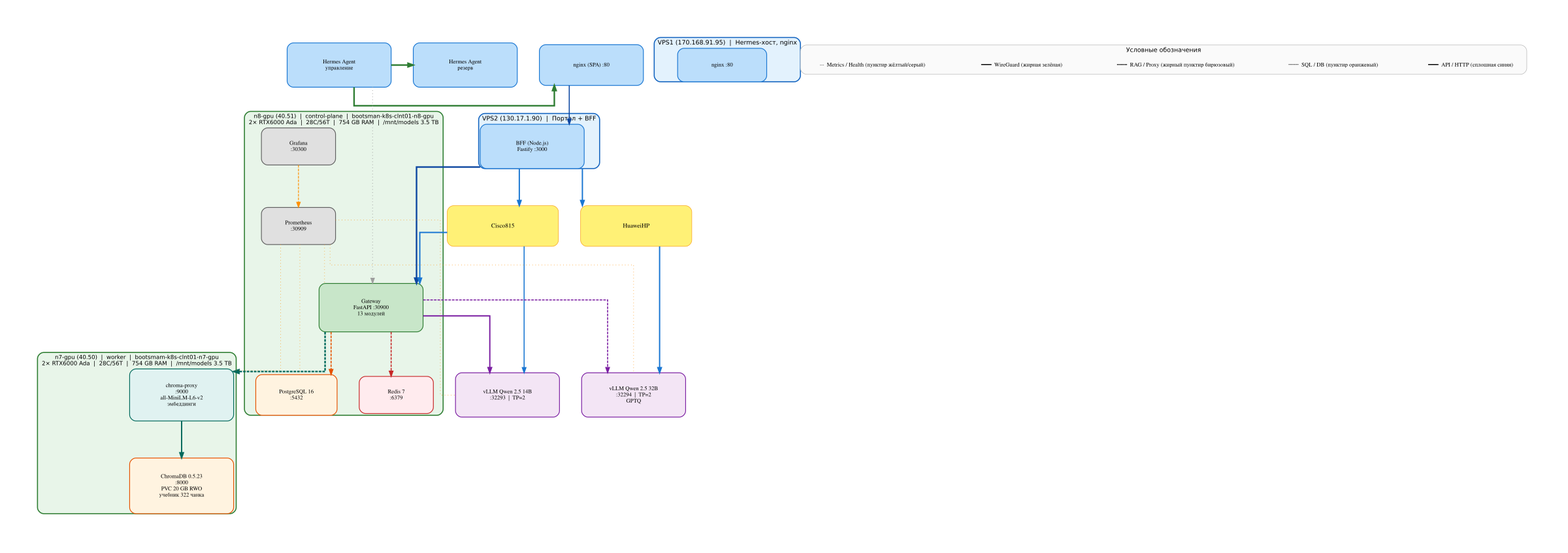
Before: docs/diagrams/physical-architecture-v2.png, a diagram exported from Graphviz (dedvmedved-dot/aither-project). Its source is kept beside it as docs/diagrams/physical-architecture-v2.dot.
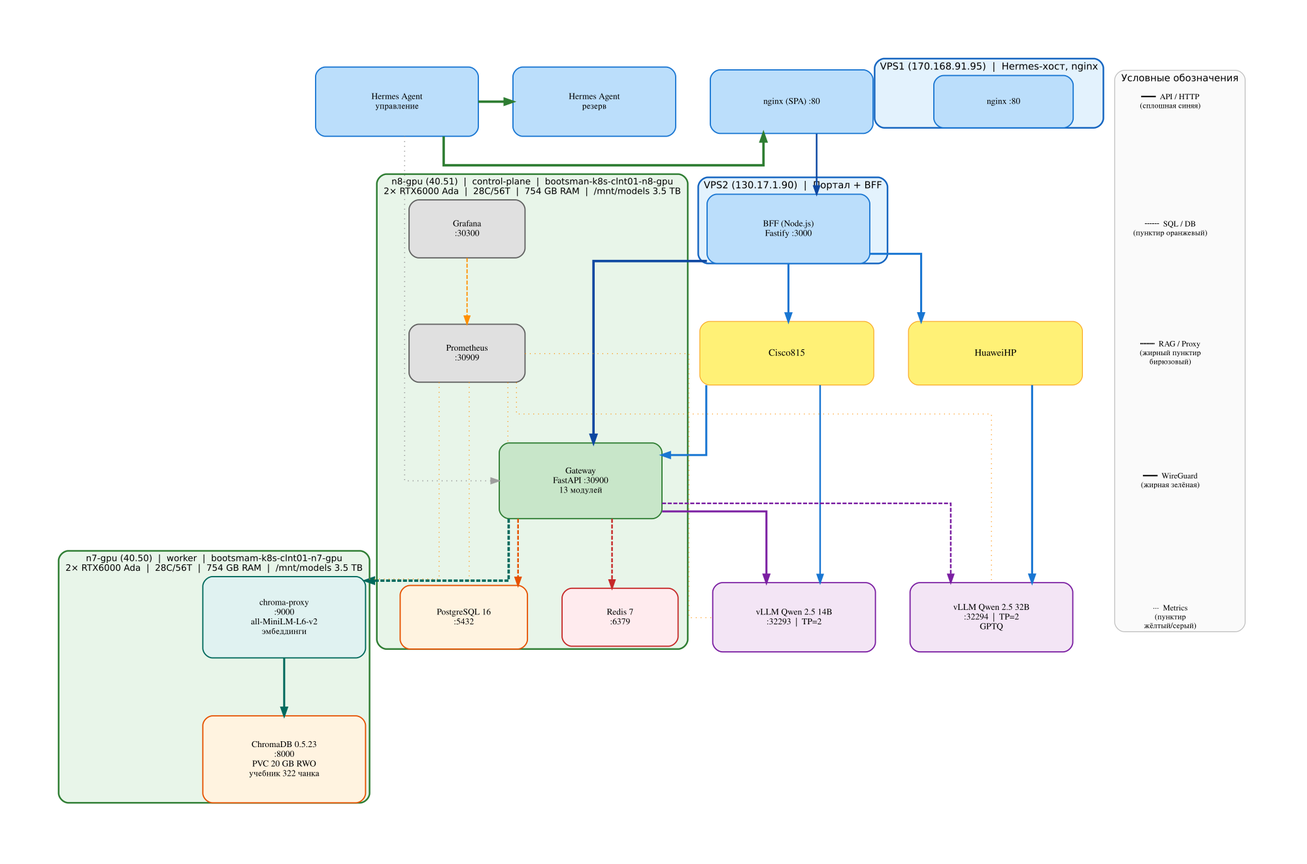
After the change.

Commit message:
fix: легенда — горизонтальная компоновка под основной схемой

Change to the diagram source:
```diff
@@ -155,13 +155,17 @@
         color="#bdbdbd"
         fontcolor="#000000"
         fontsize=12
+        rankdir=LR
+        rank=same
 
-        node [shape=plaintext, fillcolor="#fafafa", color="#fafafa", fontsize=11, fontcolor="#000000"]
+        node [shape=plaintext, fillcolor="#fafafa", color="#fafafa", fontsize=10, fontcolor="#000000", margin="0.05,0.02"]
 
-        le1 [label="━━━  API / HTTP (сплошная синяя)"]
-        le2 [label="╌╌╌  SQL / DB (пунктир оранжевый)"]
-        le3 [label="┅┅┅  RAG / Proxy (жирный пунктир бирюзовый)"]
-        le4 [label="━━━  WireGuard (жирная зелёная)"]
-        le5 [label="···  Metrics / Health (пунктир жёлтый/серый)"]
+        le1 [label="━━━  API / HTTP\n(сплошная синяя)"]
+        le2 [label="╌╌╌  SQL / DB\n(пунктир оранжевый)"]
+        le3 [label="┅┅┅  RAG / Proxy\n(жирный пунктир\nбирюзовый)"]
+        le4 [label="━━━  WireGuard\n(жирная зелёная)"]
+        le5 [label="···  Metrics\n(пунктир\nжёлтый/серый)"]
+
+        le1 -> le2 -> le3 -> le4 -> le5 [style=invis]
     }
 }
```
